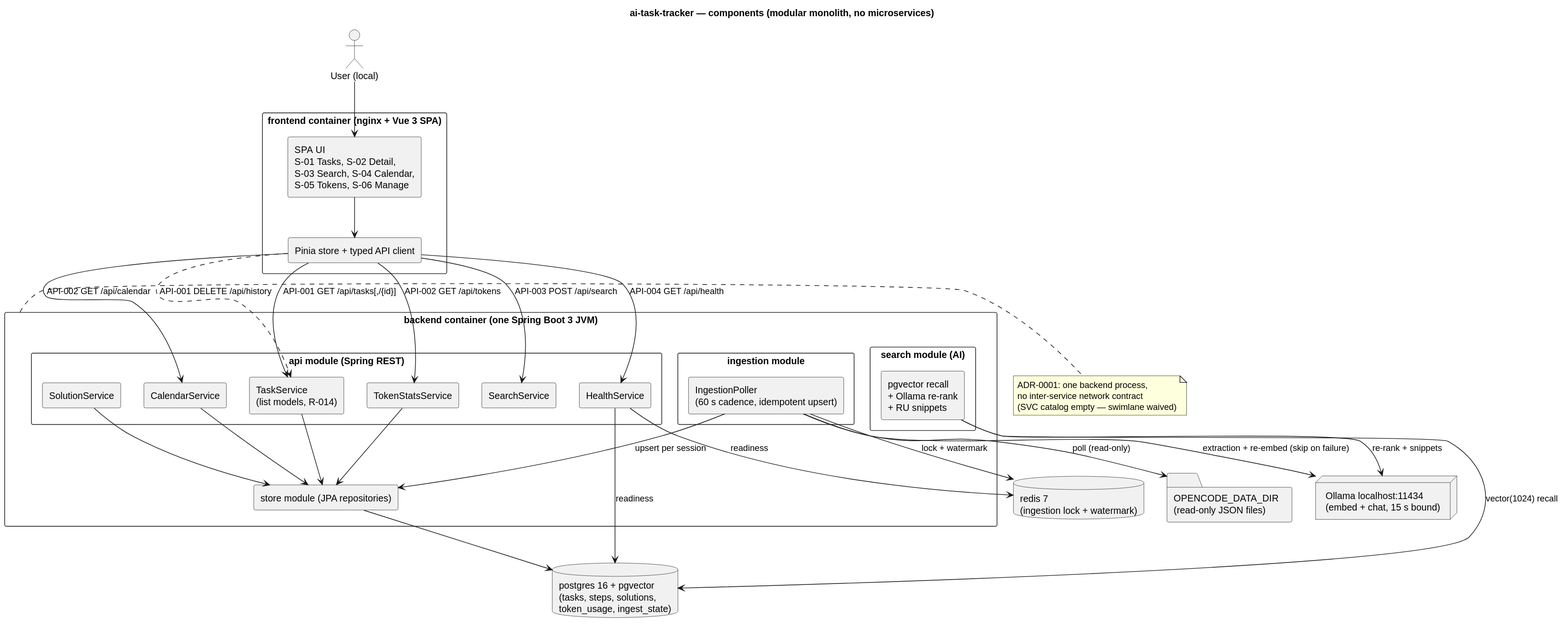
This is docs/architecture/components-ai-task-tracker.svg from serge-sasov/ai-task-tracker, a PlantUML export, as it was before one commit. The source it was exported from:
```plantuml
@startuml
skinparam componentStyle rectangle
skinparam packageStyle rectangle
title ai-task-tracker — components (modular monolith, no microservices)

actor "User (local)" as user

package "frontend container (nginx + Vue 3 SPA)" as web {
  [SPA UI\nS-01 Tasks, S-02 Detail,\nS-03 Search, S-04 Calendar,\nS-05 Tokens, S-06 Manage] as spa
  [Pinia store + typed API client] as client
  spa --> client
}

package "backend container (one Spring Boot 3 JVM)" as backend {
  package "api module (Spring REST)" as api {
    [TaskService\n(list models, R-014)] as tasksvc
    [SolutionService] as solsvc
    [CalendarService] as calsvc
    [TokenStatsService] as toksvc
    [SearchService] as srchsvc
    [HealthService] as hlthsvc
  }
  package "ingestion module" as ing {
    [IngestionPoller\n(60 s cadence, idempotent upsert)] as poller
  }
  package "search module (AI)" as srch {
    [pgvector recall\n+ Ollama re-rank\n+ RU snippets] as ai
  }
  [store module (JPA repositories)] as repos
}

database "postgres 16 + pgvector\n(tasks, steps, solutions,\ntoken_usage, ingest_state)" as pg
database "redis 7\n(ingestion lock + watermark)" as redis
node "Ollama localhost:11434\n(embed + chat, 15 s bound)" as llm
folder "OPENCODE_DATA_DIR\n(read-only JSON files)" as src

user --> spa
client --> hlthsvc : API-004 GET /api/health
client --> tasksvc : API-001 GET /api/tasks[,/{id}]
client --> calsvc : API-002 GET /api/calendar
client --> toksvc : API-002 GET /api/tokens
client --> srchsvc : API-003 POST /api/search
client ..> tasksvc : API-001 DELETE /api/history

poller --> src : poll (read-only)
poller --> redis : lock + watermark
poller --> repos : upsert per session
poller --> llm : extraction + re-embed (skip on failure)
ai --> pg : vector(1024) recall
ai --> llm : re-rank + snippets
tasksvc --> repos
solsvc --> repos
calsvc --> repos
toksvc --> repos
hlthsvc --> pg : readiness
hlthsvc --> redis : readiness
repos --> pg

note right of backend
  ADR-0001: one backend process,
  no inter-service network contract
  (SVC catalog empty — swimlane waived)
end note
@enduml
```
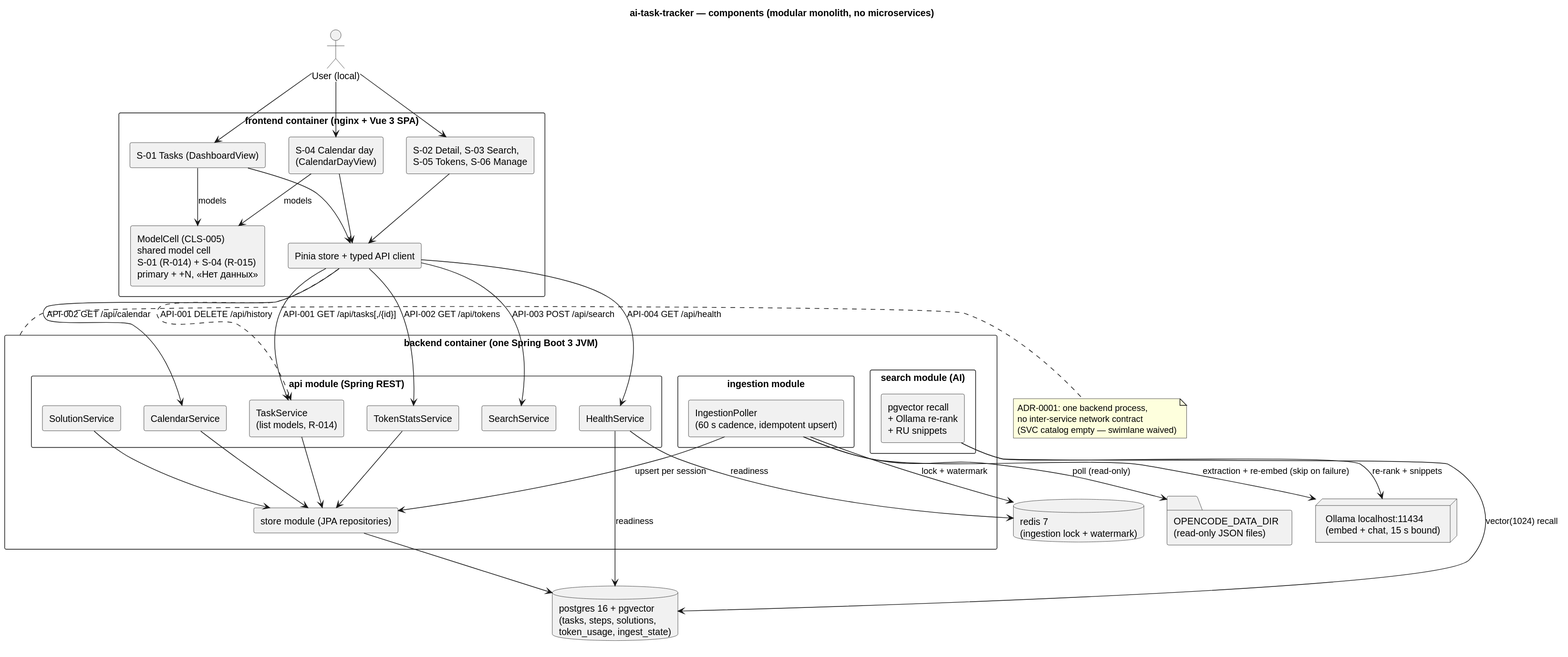
The same file after the commit.

Diff of the diagram source:
```diff
@@ -6,8 +6,15 @@
 actor "User (local)" as user
 
 package "frontend container (nginx + Vue 3 SPA)" as web {
-  [SPA UI\nS-01 Tasks, S-02 Detail,\nS-03 Search, S-04 Calendar,\nS-05 Tokens, S-06 Manage] as spa
+  [S-01 Tasks (DashboardView)] as s01
+  [S-04 Calendar day\n(CalendarDayView)] as s04
+  [S-02 Detail, S-03 Search,\nS-05 Tokens, S-06 Manage] as spa
+  [ModelCell (CLS-005)\nshared model cell\nS-01 (R-014) + S-04 (R-015)\nprimary + +N, «Нет данных»] as modelcell
   [Pinia store + typed API client] as client
+  s01 --> modelcell : models
+  s04 --> modelcell : models
+  s01 --> client
+  s04 --> client
   spa --> client
 }
 
@@ -34,6 +41,8 @@
 node "Ollama localhost:11434\n(embed + chat, 15 s bound)" as llm
 folder "OPENCODE_DATA_DIR\n(read-only JSON files)" as src
 
+user --> s01
+user --> s04
 user --> spa
 client --> hlthsvc : API-004 GET /api/health
 client --> tasksvc : API-001 GET /api/tasks[,/{id}]
```
